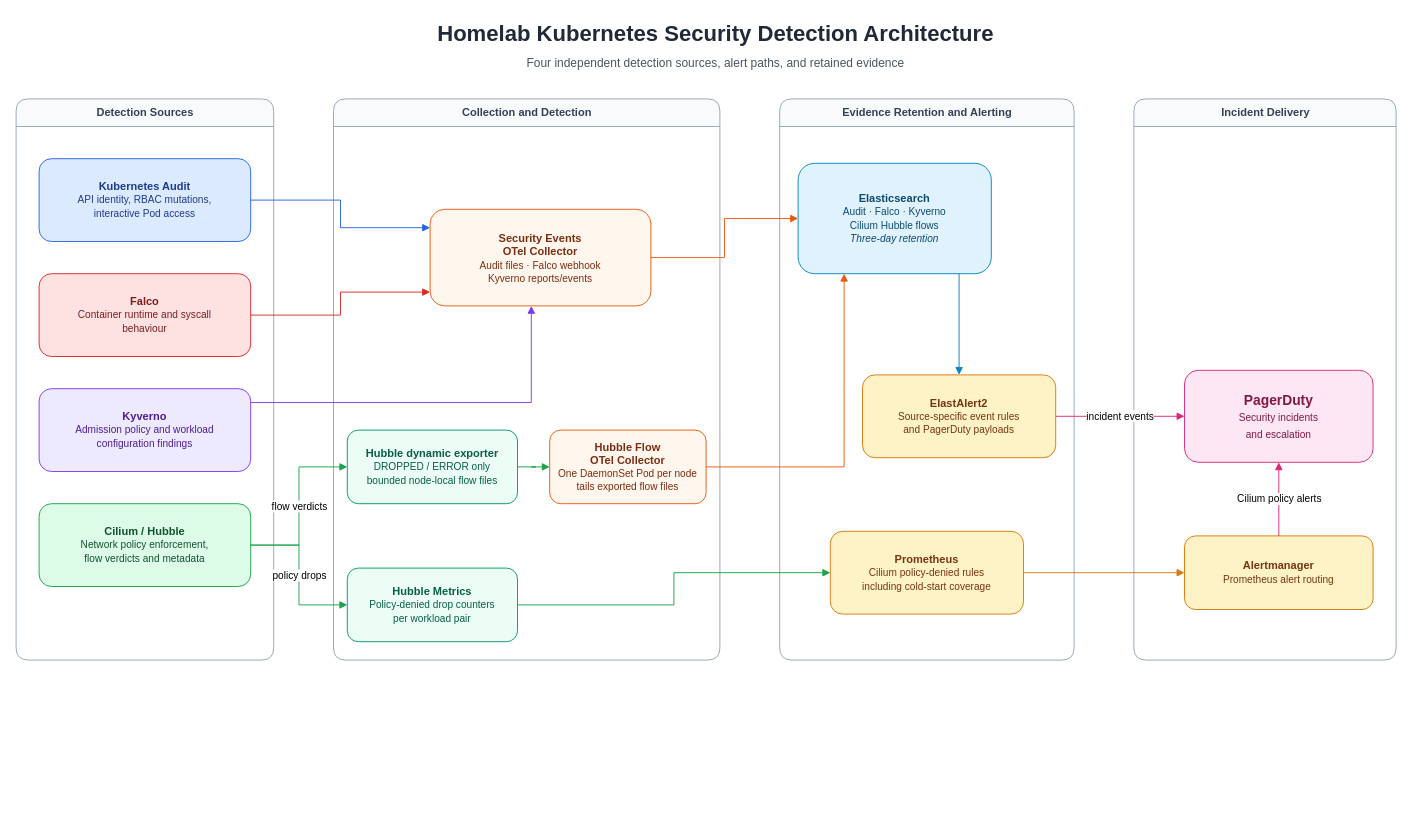
This is visual/security-detection-architecture.drawio from EmrhT/ultimate-iac, a draw.io file, before an edit. Source tidied: cells renumbered, new cells numbered last; positions are measured from the earlier drawing's top-left corner, leaving out a move shared by most shapes. Both pictures are drawn from the tidied source at 92%, with x=0, y=0 at pixel (16, 16).
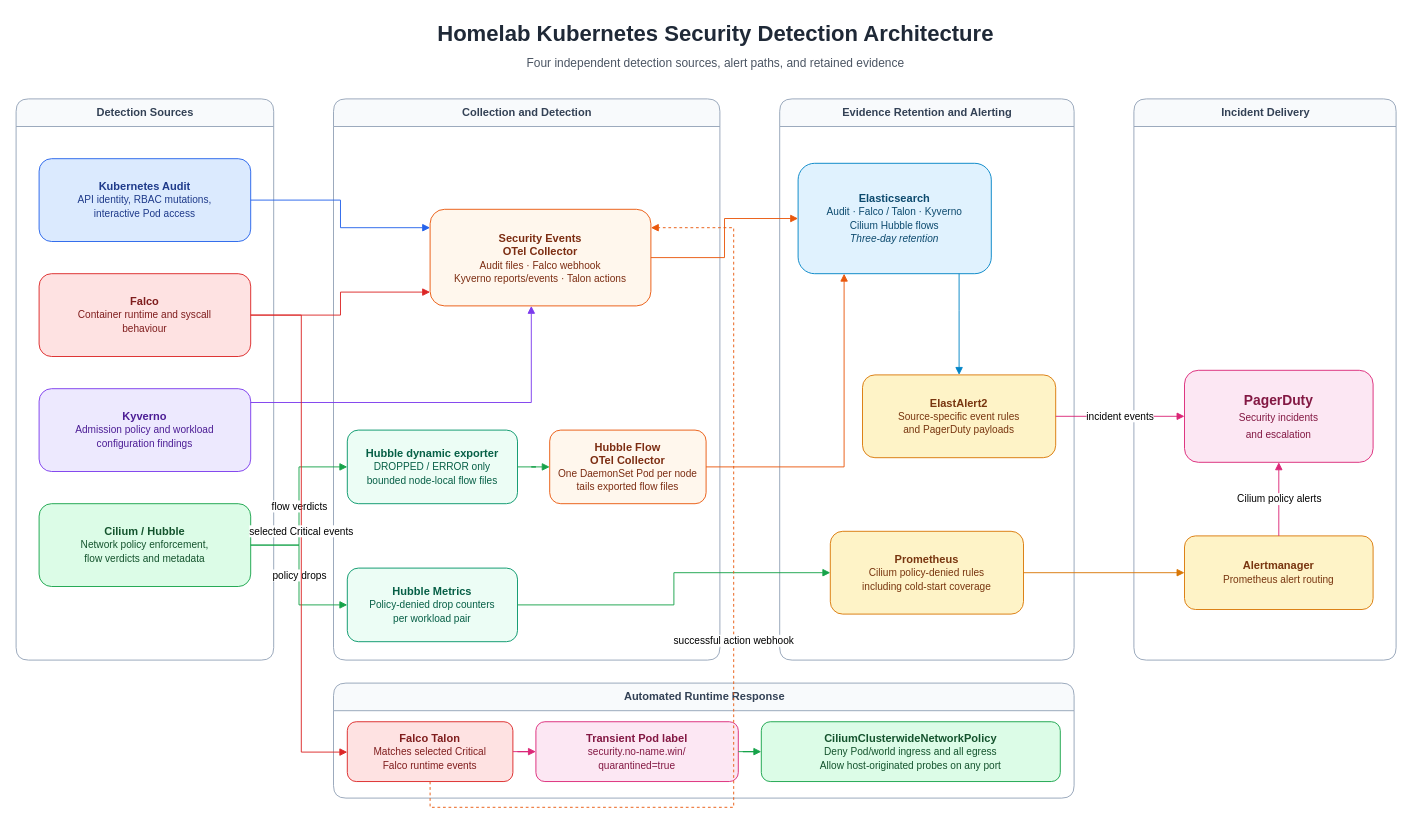
Above is the later version.

Commit message (it also covers changes not shown here):
update, security diagrams

The change refers to these unchanged cells:
```xml
<mxCell id="6" value="&lt;b&gt;Falco&lt;/b&gt;&lt;br&gt;&lt;font style=&quot;font-size:11px&quot;&gt;Container runtime and syscall&lt;br&gt;behaviour&lt;/font&gt;" style="rounded=1;whiteSpace=wrap;html=1;fillColor=#FEE2E2;strokeColor=#DC2626;fontColor=#7F1D1D;" parent="4" vertex="1">
  <mxGeometry x="25" y="190" width="230" height="90" as="geometry" />
</mxCell>
<mxCell id="9" value="Collection and Detection" style="swimlane;html=1;rounded=1;startSize=30;fillColor=#F8FAFC;strokeColor=#94A3B8;fontStyle=1;fontColor=#334155;" parent="1" vertex="1">
  <mxGeometry x="345" y="90" width="420" height="610" as="geometry" />
</mxCell>
<mxCell id="15" value="Evidence Retention and Alerting" style="swimlane;html=1;rounded=1;startSize=30;fillColor=#F8FAFC;strokeColor=#94A3B8;fontStyle=1;fontColor=#334155;" parent="1" vertex="1">
  <mxGeometry x="830" y="90" width="320" height="610" as="geometry" />
</mxCell>
```

Diff of the diagram source:
```diff
@@
-    <mxCell id="10" value="&lt;b&gt;Security Events&lt;br&gt;OTel Collector&lt;/b&gt;&lt;br&gt;&lt;font style=&quot;font-size:11px&quot;&gt;Audit files · Falco webhook&lt;br&gt;Kyverno reports/events&lt;/font&gt;" style="rounded=1;whiteSpace=wrap;html=1;fillColor=#FFF7ED;strokeColor=#EA580C;fontColor=#7C2D12;" parent="9" vertex="1">
+    <mxCell id="10" value="&lt;b&gt;Security Events&lt;br&gt;OTel Collector&lt;/b&gt;&lt;br&gt;&lt;font style=&quot;font-size:11px&quot;&gt;Audit files · Falco webhook&lt;br&gt;Kyverno reports/events · Talon actions&lt;/font&gt;" style="rounded=1;whiteSpace=wrap;html=1;fillColor=#FFF7ED;strokeColor=#EA580C;fontColor=#7C2D12;" parent="9" vertex="1">
       <mxGeometry x="105" y="120" width="240" height="105" as="geometry" />
     </mxCell>
@@
-    <mxCell id="16" value="&lt;b&gt;Elasticsearch&lt;/b&gt;&lt;br&gt;&lt;font style=&quot;font-size:11px&quot;&gt;Audit · Falco · Kyverno&lt;br&gt;Cilium Hubble flows&lt;br&gt;&lt;i&gt;Three-day retention&lt;/i&gt;&lt;/font&gt;" style="rounded=1;whiteSpace=wrap;html=1;fillColor=#E0F2FE;strokeColor=#0284C7;fontColor=#0C4A6E;" parent="15" vertex="1">
+    <mxCell id="16" value="&lt;b&gt;Elasticsearch&lt;/b&gt;&lt;br&gt;&lt;font style=&quot;font-size:11px&quot;&gt;Audit · Falco / Talon · Kyverno&lt;br&gt;Cilium Hubble flows&lt;br&gt;&lt;i&gt;Three-day retention&lt;/i&gt;&lt;/font&gt;" style="rounded=1;whiteSpace=wrap;html=1;fillColor=#E0F2FE;strokeColor=#0284C7;fontColor=#0C4A6E;" parent="15" vertex="1">
       <mxGeometry x="20" y="70" width="210" height="120" as="geometry" />
     </mxCell>
@@
+    <mxCell id="34" value="Automated Runtime Response" style="swimlane;html=1;rounded=1;startSize=30;fillColor=#F8FAFC;strokeColor=#94A3B8;fontStyle=1;fontColor=#334155;" parent="1" vertex="1">
+      <mxGeometry x="345" y="725" width="805" height="125" as="geometry" />
+    </mxCell>
+    <mxCell id="35" value="&lt;b&gt;Falco Talon&lt;/b&gt;&lt;br&gt;&lt;font style=&quot;font-size:11px&quot;&gt;Matches selected Critical&lt;br&gt;Falco runtime events&lt;/font&gt;" style="rounded=1;whiteSpace=wrap;html=1;fillColor=#FEE2E2;strokeColor=#DC2626;fontColor=#7F1D1D;" parent="34" vertex="1">
+      <mxGeometry x="15" y="42" width="180" height="65" as="geometry" />
+    </mxCell>
+    <mxCell id="36" value="&lt;b&gt;Transient Pod label&lt;/b&gt;&lt;br&gt;&lt;font style=&quot;font-size:11px&quot;&gt;security.no-name.win/&lt;br&gt;quarantined=true&lt;/font&gt;" style="rounded=1;whiteSpace=wrap;html=1;fillColor=#FCE7F3;strokeColor=#DB2777;fontColor=#831843;" parent="34" vertex="1">
+      <mxGeometry x="220" y="42" width="220" height="65" as="geometry" />
+    </mxCell>
+    <mxCell id="37" value="&lt;b&gt;CiliumClusterwideNetworkPolicy&lt;/b&gt;&lt;br&gt;&lt;font style=&quot;font-size:11px&quot;&gt;Deny Pod/world ingress and all egress&lt;br&gt;Allow host-originated probes on any port&lt;/font&gt;" style="rounded=1;whiteSpace=wrap;html=1;fillColor=#DCFCE7;strokeColor=#16A34A;fontColor=#14532D;" parent="34" vertex="1">
+      <mxGeometry x="465" y="42" width="325" height="65" as="geometry" />
+    </mxCell>
+    <mxCell id="38" style="edgeStyle=orthogonalEdgeStyle;rounded=0;jettySize=auto;html=1;strokeColor=#DB2777;endArrow=block;endFill=1;" parent="34" edge="1" source="35" target="36">
+      <mxGeometry relative="1" as="geometry" />
+    </mxCell>
+    <mxCell id="39" style="edgeStyle=orthogonalEdgeStyle;rounded=0;jettySize=auto;html=1;strokeColor=#16A34A;endArrow=block;endFill=1;" parent="34" edge="1" source="36" target="37">
+      <mxGeometry relative="1" as="geometry" />
+    </mxCell>
+    <mxCell id="40" value="selected Critical events" style="edgeStyle=orthogonalEdgeStyle;rounded=0;jettySize=auto;html=1;strokeColor=#DC2626;endArrow=block;endFill=1;fontSize=11;" parent="1" edge="1" source="6" target="35">
+      <mxGeometry relative="1" as="geometry">
+        <Array as="points">
+          <mxPoint x="310" y="325" />
+          <mxPoint x="310" y="800" />
+        </Array>
+      </mxGeometry>
+    </mxCell>
+    <mxCell id="41" value="successful action webhook" style="edgeStyle=orthogonalEdgeStyle;rounded=0;jettySize=auto;html=1;dashed=1;strokeColor=#EA580C;endArrow=block;endFill=1;fontSize=11;" parent="1" edge="1" source="35" target="10">
+      <mxGeometry relative="1" as="geometry">
+        <Array as="points">
+          <mxPoint x="450" y="860" />
+          <mxPoint x="780" y="860" />
+          <mxPoint x="780" y="230" />
+        </Array>
+      </mxGeometry>
+    </mxCell>
```
